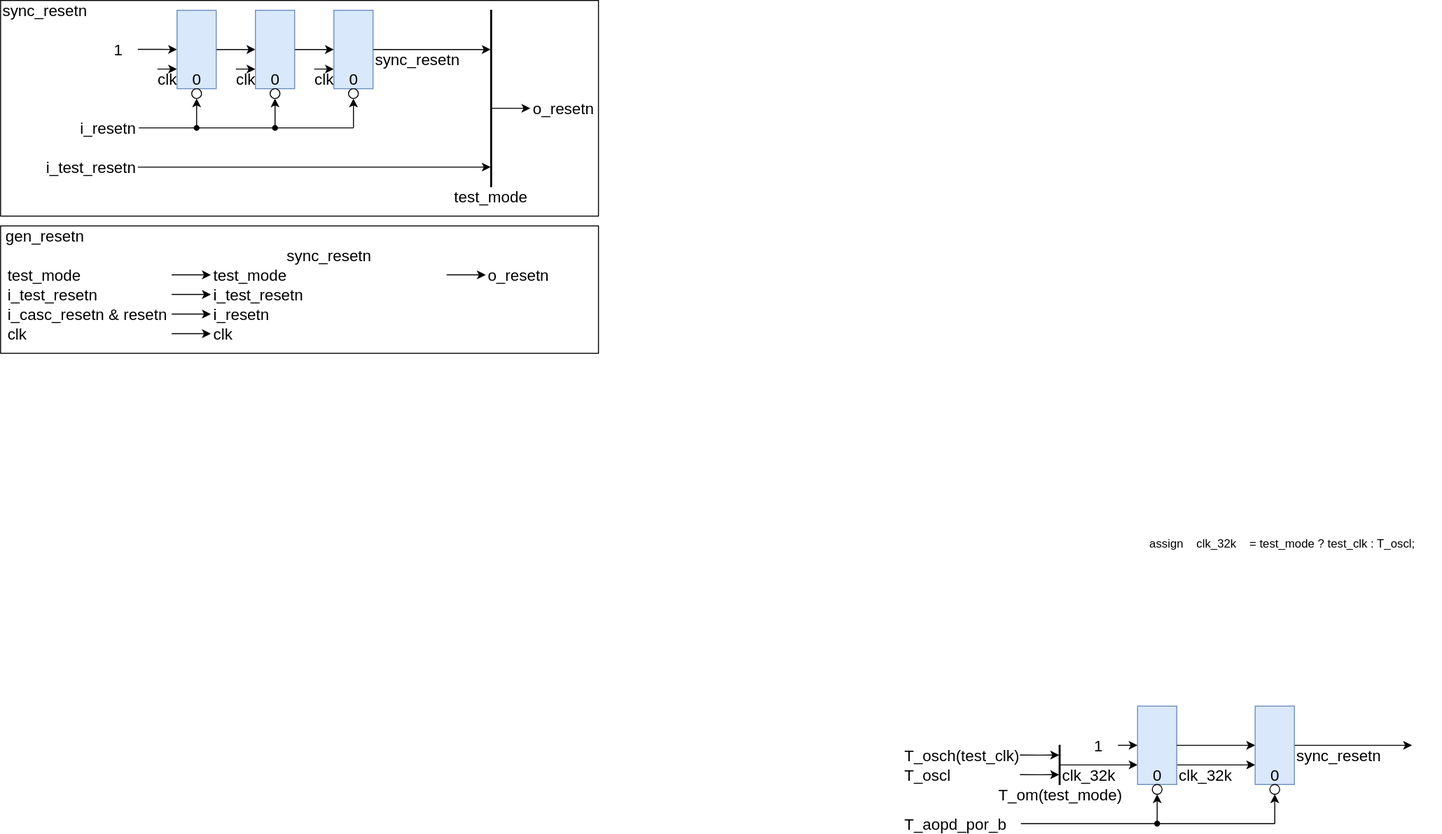
Before: de/platform_clk_resetn_gen/platform_resetn/include/resetn_design 1.svg, a diagram exported from draw.io (jnjnliwenjie0022/obs). Source tidied: cells renumbered, new cells last; positions are measured from the earlier drawing's top-left corner, leaving out a move shared by most shapes.
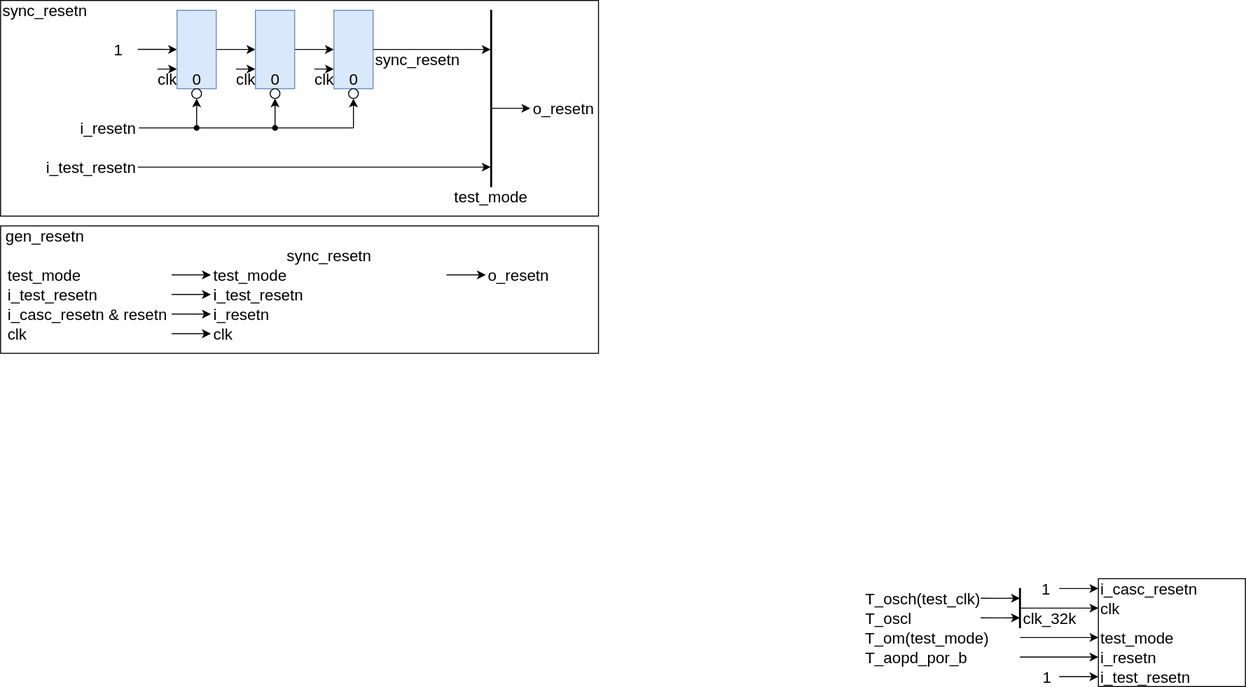
After the change.

Commit message:
vault backup: 2025-10-16 17:49:16

Diff of the diagram source:
```diff
@@ -2,9 +2,6 @@
   <root>
     <mxCell id="0" />
     <mxCell id="1" parent="0" />
-    <mxCell id="2" style="rounded=0;jettySize=auto;html=1;exitX=0;exitY=0.75;exitDx=0;exitDy=0;entryX=0;entryY=0.75;entryDx=0;entryDy=0;" parent="1" edge="1" source="59" target="63">
-      <mxGeometry relative="1" as="geometry" />
-    </mxCell>
     <mxCell id="3" style="rounded=0;whiteSpace=wrap;html=1;fontSize=16;" parent="1" vertex="1">
       <mxGeometry y="230" width="610" height="130" as="geometry" />
     </mxCell>
@@ -201,103 +198,89 @@
     <mxCell id="55" value="gen_resetn" style="rounded=0;whiteSpace=wrap;html=1;fontSize=16;fillColor=none;strokeColor=none;align=center;" parent="1" vertex="1">
       <mxGeometry y="230" width="90" height="20" as="geometry" />
     </mxCell>
-    <mxCell id="56" style="edgeStyle=orthogonalEdgeStyle;rounded=0;jettySize=auto;html=1;entryX=0;entryY=0.5;entryDx=0;entryDy=0;" parent="1" edge="1" target="59">
-      <mxGeometry relative="1" as="geometry">
-        <mxPoint x="1140" y="760" as="sourcePoint" />
-      </mxGeometry>
-    </mxCell>
-    <mxCell id="57" style="edgeStyle=orthogonalEdgeStyle;rounded=0;orthogonalLoop=1;jettySize=auto;html=1;exitX=0.5;exitY=1;exitDx=0;exitDy=0;" parent="1" edge="1">
-      <mxGeometry relative="1" as="geometry">
-        <mxPoint x="1180" y="840" as="sourcePoint" />
-        <mxPoint x="1180" y="810" as="targetPoint" />
-      </mxGeometry>
-    </mxCell>
-    <mxCell id="58" style="edgeStyle=orthogonalEdgeStyle;rounded=0;jettySize=auto;html=1;entryX=0;entryY=0.75;entryDx=0;entryDy=0;" parent="1" edge="1" target="59">
+    <mxCell id="58" style="edgeStyle=orthogonalEdgeStyle;rounded=0;orthogonalLoop=1;jettySize=auto;html=1;entryX=0;entryY=0.75;entryDx=0;entryDy=0;" parent="1" edge="1">
       <mxGeometry relative="1" as="geometry">
-        <mxPoint x="1080" y="780" as="sourcePoint" />
+        <mxPoint x="1040" y="620" as="sourcePoint" />
+        <mxPoint x="1120" y="620" as="targetPoint" />
       </mxGeometry>
     </mxCell>
-    <mxCell id="59" style="rounded=0;whiteSpace=wrap;html=1;fontSize=16;fillColor=#dae8fc;strokeColor=#6c8ebf;" parent="1" vertex="1">
-      <mxGeometry x="1160" y="720" width="40" height="80" as="geometry" />
-    </mxCell>
-    <mxCell id="60" style="edgeStyle=orthogonalEdgeStyle;rounded=0;jettySize=auto;html=1;exitX=1;exitY=0.5;exitDx=0;exitDy=0;entryX=0;entryY=0.5;entryDx=0;entryDy=0;" parent="1" edge="1" source="59" target="63">
-      <mxGeometry relative="1" as="geometry" />
-    </mxCell>
-    <mxCell id="61" style="edgeStyle=orthogonalEdgeStyle;rounded=0;jettySize=auto;html=1;exitX=1;exitY=0.5;exitDx=0;exitDy=0;" parent="1" edge="1" source="63">
-      <mxGeometry relative="1" as="geometry">
-        <mxPoint x="1440" y="760" as="targetPoint" />
-      </mxGeometry>
-    </mxCell>
-    <mxCell id="62" style="edgeStyle=orthogonalEdgeStyle;rounded=0;jettySize=auto;html=1;exitX=0.5;exitY=1;exitDx=0;exitDy=0;entryX=0.5;entryY=1;entryDx=0;entryDy=0;" parent="1" edge="1" target="72">
-      <mxGeometry relative="1" as="geometry">
-        <mxPoint x="1300" y="840" as="sourcePoint" />
-      </mxGeometry>
-    </mxCell>
-    <mxCell id="63" style="rounded=0;whiteSpace=wrap;html=1;fontSize=16;fillColor=#dae8fc;strokeColor=#6c8ebf;" parent="1" vertex="1">
-      <mxGeometry x="1280" y="720" width="40" height="80" as="geometry" />
-    </mxCell>
-    <mxCell id="64" value="1" style="rounded=0;whiteSpace=wrap;html=1;fontSize=16;fillColor=none;strokeColor=none;" parent="1" vertex="1">
-      <mxGeometry x="1100" y="740" width="40" height="40" as="geometry" />
-    </mxCell>
-    <mxCell id="65" style="edgeStyle=orthogonalEdgeStyle;rounded=0;orthogonalLoop=1;jettySize=auto;html=1;endArrow=none;endFill=0;" parent="1" edge="1">
-      <mxGeometry relative="1" as="geometry">
-        <mxPoint x="1041" y="840" as="sourcePoint" />
-        <mxPoint x="1300" y="840" as="targetPoint" />
-      </mxGeometry>
-    </mxCell>
-    <mxCell id="66" style="shape=waypoint;sketch=0;size=6;fillColor=none;perimeter=centerPerimeter;" parent="1" vertex="1">
-      <mxGeometry x="1170" y="830" width="20" height="20" as="geometry" />
-    </mxCell>
     <mxCell id="67" value="T_aopd_por_b" style="rounded=0;whiteSpace=wrap;html=1;fontSize=16;fillColor=none;strokeColor=none;align=left;" parent="1" vertex="1">
-      <mxGeometry x="920" y="830" width="120" height="20" as="geometry" />
+      <mxGeometry x="880" y="660" width="120" height="20" as="geometry" />
     </mxCell>
-    <mxCell id="68" value="sync_resetn" style="rounded=0;whiteSpace=wrap;html=1;fontSize=16;fillColor=none;strokeColor=none;align=left;" parent="1" vertex="1">
-      <mxGeometry x="1320" y="760" width="80" height="20" as="geometry" />
-    </mxCell>
-    <mxCell id="69" value="0" style="rounded=0;whiteSpace=wrap;html=1;fontSize=16;fillColor=none;strokeColor=none;align=center;" parent="1" vertex="1">
-      <mxGeometry x="1170" y="780" width="20" height="20" as="geometry" />
-    </mxCell>
-    <mxCell id="70" value="0" style="rounded=0;whiteSpace=wrap;html=1;fontSize=16;fillColor=none;strokeColor=none;align=center;" parent="1" vertex="1">
-      <mxGeometry x="1290" y="780" width="20" height="20" as="geometry" />
-    </mxCell>
-    <mxCell id="71" style="ellipse;whiteSpace=wrap;html=1;" parent="1" vertex="1">
-      <mxGeometry x="1175" y="800" width="10" height="10" as="geometry" />
-    </mxCell>
-    <mxCell id="72" style="ellipse;whiteSpace=wrap;html=1;" parent="1" vertex="1">
-      <mxGeometry x="1295" y="800" width="10" height="10" as="geometry" />
-    </mxCell>
-    <mxCell id="73" value="assign    clk_32k    = test_mode ? test_clk : T_oscl;" style="text;whiteSpace=wrap;" parent="1" vertex="1">
-      <mxGeometry x="1170" y="540" width="300" height="40" as="geometry" />
-    </mxCell>
     <mxCell id="74" style="edgeStyle=orthogonalEdgeStyle;rounded=0;orthogonalLoop=1;jettySize=auto;html=1;entryX=0;entryY=0.25;entryDx=0;entryDy=0;" parent="1" edge="1">
       <mxGeometry relative="1" as="geometry">
-        <mxPoint x="1040" y="770" as="sourcePoint" />
-        <mxPoint x="1080" y="770" as="targetPoint" />
+        <mxPoint x="1000" y="610" as="sourcePoint" />
+        <mxPoint x="1040" y="610" as="targetPoint" />
       </mxGeometry>
     </mxCell>
     <mxCell id="75" style="edgeStyle=orthogonalEdgeStyle;rounded=0;orthogonalLoop=1;jettySize=auto;html=1;entryX=0;entryY=0.75;entryDx=0;entryDy=0;" parent="1" edge="1">
       <mxGeometry relative="1" as="geometry">
-        <mxPoint x="1040" y="790" as="sourcePoint" />
-        <mxPoint x="1080" y="790" as="targetPoint" />
+        <mxPoint x="1000" y="630" as="sourcePoint" />
+        <mxPoint x="1040" y="630" as="targetPoint" />
       </mxGeometry>
     </mxCell>
     <mxCell id="76" style="rounded=0;whiteSpace=wrap;html=1;fontSize=16;fillColor=#000000;" parent="1" vertex="1">
-      <mxGeometry x="1080" y="760" width="1" height="40" as="geometry" />
+      <mxGeometry x="1039.5" y="600" width="1" height="40" as="geometry" />
     </mxCell>
     <mxCell id="77" value="T_oscl" style="rounded=0;whiteSpace=wrap;html=1;fontSize=16;fillColor=none;strokeColor=none;align=left;" parent="1" vertex="1">
-      <mxGeometry x="920" y="780" width="120" height="20" as="geometry" />
+      <mxGeometry x="880" y="620" width="120" height="20" as="geometry" />
     </mxCell>
     <mxCell id="78" value="T_osch(test_clk)" style="rounded=0;whiteSpace=wrap;html=1;fontSize=16;fillColor=none;strokeColor=none;align=left;" parent="1" vertex="1">
-      <mxGeometry x="920" y="760" width="120" height="20" as="geometry" />
+      <mxGeometry x="880" y="600" width="120" height="20" as="geometry" />
     </mxCell>
     <mxCell id="79" value="T_om(test_mode)" style="rounded=0;whiteSpace=wrap;html=1;fontSize=16;fillColor=none;strokeColor=none;align=center;" parent="1" vertex="1">
-      <mxGeometry x="1055.5" y="800" width="50" height="20" as="geometry" />
+      <mxGeometry x="920" y="640" width="50" height="20" as="geometry" />
     </mxCell>
     <mxCell id="80" value="clk_32k" style="rounded=0;whiteSpace=wrap;html=1;fontSize=16;fillColor=none;strokeColor=none;align=left;" parent="1" vertex="1">
-      <mxGeometry x="1081" y="780" width="80" height="20" as="geometry" />
+      <mxGeometry x="1041" y="620" width="80" height="20" as="geometry" />
     </mxCell>
-    <mxCell id="81" value="clk_32k" style="rounded=0;whiteSpace=wrap;html=1;fontSize=16;fillColor=none;strokeColor=none;align=left;" parent="1" vertex="1">
-      <mxGeometry x="1200" y="780" width="80" height="20" as="geometry" />
-    </mxCell>
+    <mxCell id="82" style="rounded=0;whiteSpace=wrap;html=1;fontSize=16;" parent="1" vertex="1">
+      <mxGeometry x="1120" y="590" width="150" height="110" as="geometry" />
+    </mxCell>
+    <mxCell id="83" style="edgeStyle=orthogonalEdgeStyle;rounded=0;orthogonalLoop=1;jettySize=auto;html=1;" parent="1" edge="1">
+      <mxGeometry relative="1" as="geometry">
+        <mxPoint x="1040" y="650" as="sourcePoint" />
+        <mxPoint x="1120" y="650" as="targetPoint" />
+      </mxGeometry>
+    </mxCell>
+    <mxCell id="84" style="edgeStyle=orthogonalEdgeStyle;rounded=0;orthogonalLoop=1;jettySize=auto;html=1;" parent="1" edge="1">
+      <mxGeometry relative="1" as="geometry">
+        <mxPoint x="1040" y="670" as="sourcePoint" />
+        <mxPoint x="1120" y="670" as="targetPoint" />
+      </mxGeometry>
+    </mxCell>
+    <mxCell id="85" style="edgeStyle=orthogonalEdgeStyle;rounded=0;orthogonalLoop=1;jettySize=auto;html=1;" parent="1" edge="1">
+      <mxGeometry relative="1" as="geometry">
+        <mxPoint x="1080" y="600" as="sourcePoint" />
+        <mxPoint x="1120" y="600" as="targetPoint" />
+      </mxGeometry>
+    </mxCell>
+    <mxCell id="86" value="1" style="rounded=0;whiteSpace=wrap;html=1;fontSize=16;fillColor=none;strokeColor=none;align=left;" parent="1" vertex="1">
+      <mxGeometry x="1060" y="590" width="20" height="20" as="geometry" />
+    </mxCell>
+    <mxCell id="87" value="i_casc_resetn" style="rounded=0;whiteSpace=wrap;html=1;fontSize=16;fillColor=none;strokeColor=none;align=left;" parent="1" vertex="1">
+      <mxGeometry x="1120" y="590" width="120" height="20" as="geometry" />
+    </mxCell>
+    <mxCell id="88" value="clk" style="rounded=0;whiteSpace=wrap;html=1;fontSize=16;fillColor=none;strokeColor=none;align=left;" parent="1" vertex="1">
+      <mxGeometry x="1120" y="610" width="120" height="20" as="geometry" />
+    </mxCell>
+    <mxCell id="89" value="test_mode" style="rounded=0;whiteSpace=wrap;html=1;fontSize=16;fillColor=none;strokeColor=none;align=left;" parent="1" vertex="1">
+      <mxGeometry x="1120" y="640" width="120" height="20" as="geometry" />
+    </mxCell>
+    <mxCell id="90" value="i_resetn" style="rounded=0;whiteSpace=wrap;html=1;fontSize=16;fillColor=none;strokeColor=none;align=left;" parent="1" vertex="1">
+      <mxGeometry x="1120" y="660" width="120" height="20" as="geometry" />
+    </mxCell>
+    <mxCell id="91" value="i_test_resetn" style="rounded=0;whiteSpace=wrap;html=1;fontSize=16;fillColor=none;strokeColor=none;align=left;" parent="1" vertex="1">
+      <mxGeometry x="1120" y="680" width="120" height="20" as="geometry" />
+    </mxCell>
+    <mxCell id="92" style="edgeStyle=orthogonalEdgeStyle;rounded=0;orthogonalLoop=1;jettySize=auto;html=1;" parent="1" edge="1">
+      <mxGeometry relative="1" as="geometry">
+        <mxPoint x="1080" y="690" as="sourcePoint" />
+        <mxPoint x="1120" y="690" as="targetPoint" />
+      </mxGeometry>
+    </mxCell>
+    <mxCell id="93" value="1" style="rounded=0;whiteSpace=wrap;html=1;fontSize=16;fillColor=none;strokeColor=none;align=left;" parent="1" vertex="1">
+      <mxGeometry x="1061" y="680" width="19" height="20" as="geometry" />
+    </mxCell>
   </root>
 </mxGraphModel>
```
